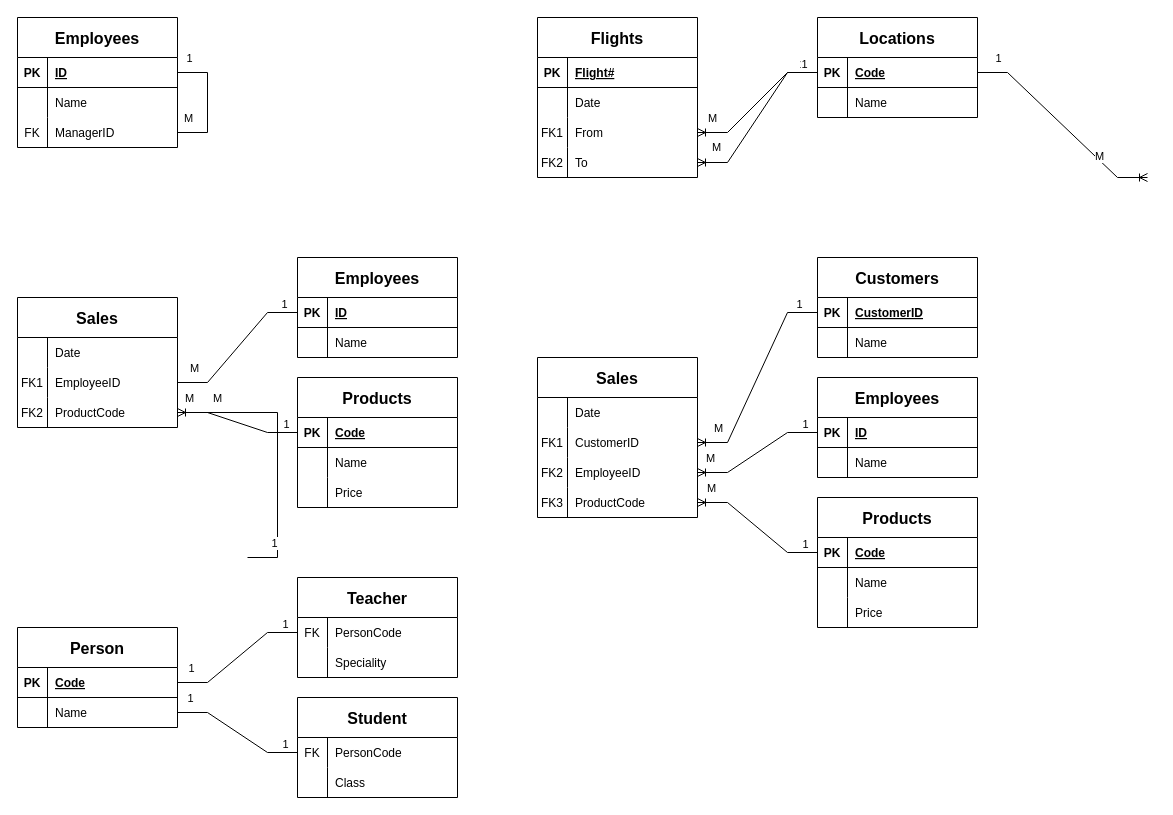
Before: Lab3.drawio in MGJerry/DBI202, a draw.io diagram. Source tidied: cells renumbered, new cells numbered last; positions are measured from the earlier drawing's top-left corner, leaving out a move shared by most shapes. Both pictures are drawn from the tidied source at 100%, with x=0, y=0 at pixel (17, 17).
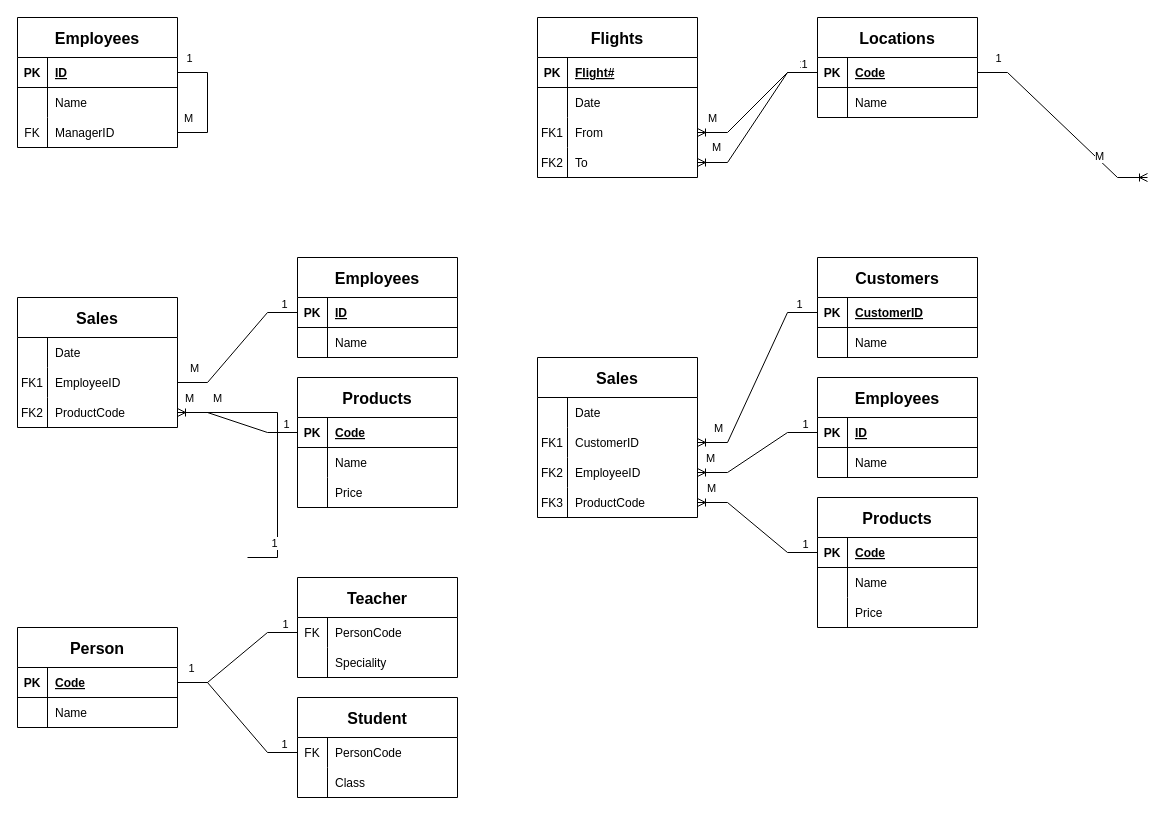
Above is the later version.

The change refers to these unchanged cells:
```xml
<mxCell id="127" style="shape=partialRectangle;fillColor=none;points=[[0,0.5],[1,0.5]];portConstraint=eastwest;top=0;left=0;right=0;bottom=1;" parent="126" vertex="1">
  <mxGeometry y="40" width="160" height="30" as="geometry" />
</mxCell>
<mxCell id="130" style="shape=partialRectangle;fillColor=none;points=[[0,0.5],[1,0.5]];portConstraint=eastwest;top=0;left=0;right=0;bottom=0;" parent="126" vertex="1">
  <mxGeometry y="70" width="160" height="30" as="geometry" />
</mxCell>
<mxCell id="141" style="shape=partialRectangle;fillColor=none;points=[[0,0.5],[1,0.5]];portConstraint=eastwest;top=0;left=0;right=0;bottom=0;" parent="140" vertex="1">
  <mxGeometry y="40" width="160" height="30" as="geometry" />
</mxCell>
```

The edit, as a diff of the source:
```diff
@@
-    <mxCell id="150" style="edgeStyle=entityRelationEdgeStyle;fontSize=12;html=1;endArrow=none;rounded=0;exitX=0;exitY=0.5;exitDx=0;exitDy=0;entryX=1;entryY=0.5;entryDx=0;entryDy=0;endFill=0;" parent="1" edge="1" source="141" target="130">
+    <mxCell id="150" style="edgeStyle=entityRelationEdgeStyle;fontSize=12;html=1;endArrow=none;rounded=0;exitX=0;exitY=0.5;exitDx=0;exitDy=0;entryX=1;entryY=0.5;entryDx=0;entryDy=0;endFill=0;" parent="1" edge="1" source="141" target="127">
       <mxGeometry relative="1" as="geometry" />
     </mxCell>
-    <mxCell id="151" value="1" style="edgeLabel;html=1;align=center;verticalAlign=middle;" parent="150" vertex="1">
-      <mxGeometry x="0.63" relative="1" as="geometry">
-        <mxPoint x="-12" y="-15" as="offset" />
-      </mxGeometry>
-    </mxCell>
```
